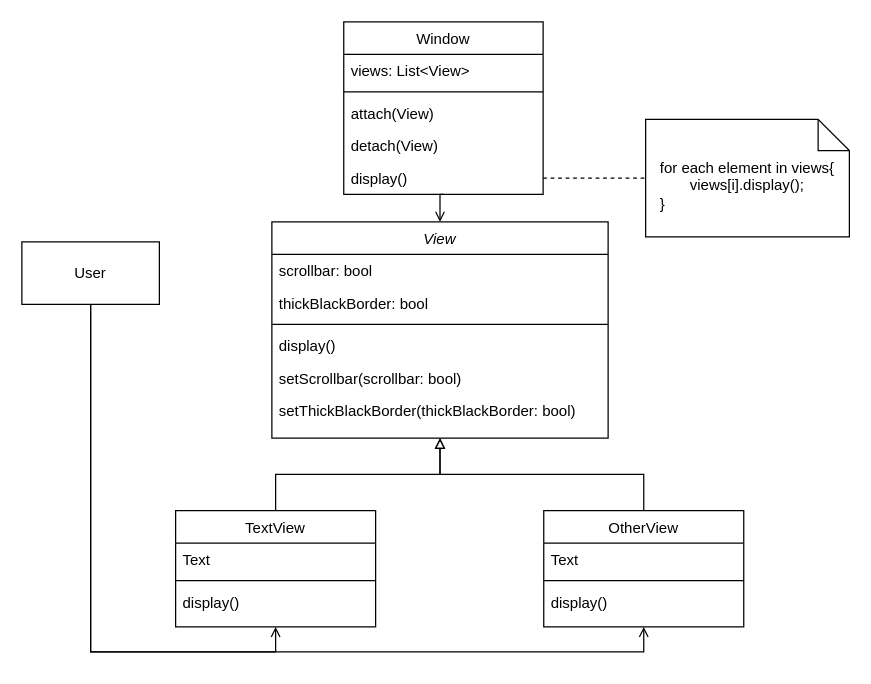
This is page "Page-1" (1 of 2) of 0506_HW1.drawio from Janette-Hua/111-1-Software-Engineering-Design, a draw.io file, before an edit. Source tidied: cells renumbered, new cells numbered last; positions are measured from the earlier drawing's top-left corner, leaving out a move shared by most shapes. Both pictures are drawn from the tidied source at 125%, with x=0, y=0 at pixel (21, 21).
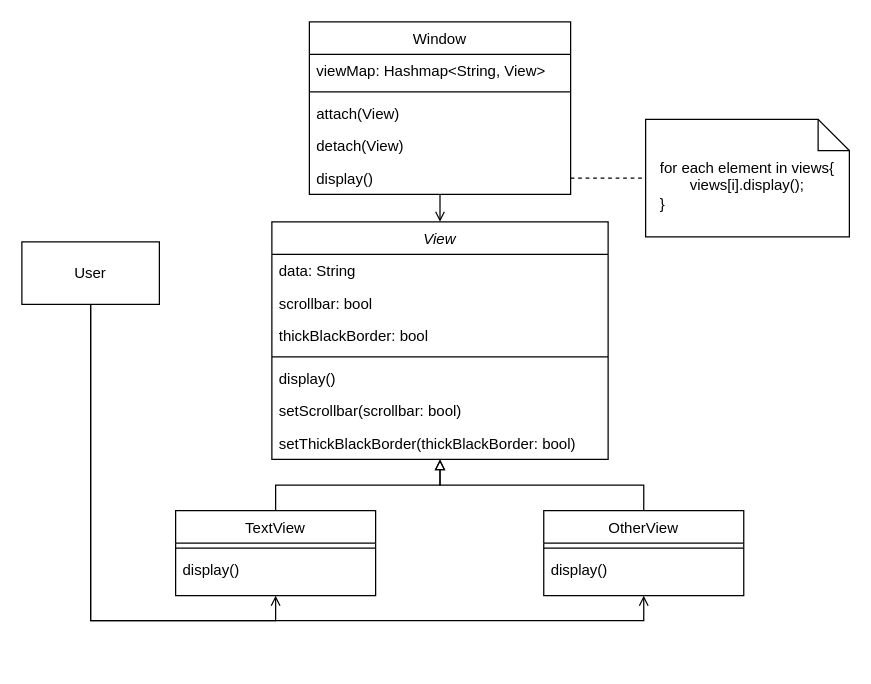
After the change.

Change to the diagram source:
```diff
@@
     <mxCell id="3" value="TextView" style="swimlane;fontStyle=0;align=center;verticalAlign=top;horizontal=1;startSize=26;rounded=0;shadow=0;strokeWidth=1;" parent="1" vertex="1">
-      <mxGeometry x="123" y="391" width="160" height="93" as="geometry" />
+      <mxGeometry x="123" y="391" width="160" height="68" as="geometry" />
     </mxCell>
-    <mxCell id="4" value="Text" style="text;align=left;verticalAlign=top;spacingLeft=4;spacingRight=4;overflow=hidden;" parent="3" vertex="1">
-      <mxGeometry y="26" width="160" height="26" as="geometry" />
-    </mxCell>
     <mxCell id="5" style="line;html=1;strokeWidth=1;align=left;verticalAlign=middle;spacingTop=-1;spacingLeft=3;spacingRight=3;labelPosition=right;" parent="3" vertex="1">
-      <mxGeometry y="52" width="160" height="8" as="geometry" />
+      <mxGeometry y="26" width="160" height="8" as="geometry" />
     </mxCell>
     <mxCell id="6" value="display()" style="text;align=left;verticalAlign=top;spacingLeft=4;spacingRight=4;overflow=hidden;" parent="3" vertex="1">
-      <mxGeometry y="60" width="160" height="26" as="geometry" />
+      <mxGeometry y="34" width="160" height="26" as="geometry" />
     </mxCell>
@@
     <mxCell id="8" value="Window" style="swimlane;fontStyle=0;align=center;verticalAlign=top;horizontal=1;startSize=26;rounded=0;shadow=0;strokeWidth=1;" parent="1" vertex="1">
-      <mxGeometry x="257.5" width="159.5" height="138" as="geometry" />
+      <mxGeometry x="230" width="209" height="138" as="geometry" />
     </mxCell>
-    <mxCell id="9" value="views: List&lt;View&gt;" style="text;align=left;verticalAlign=top;spacingLeft=4;spacingRight=4;overflow=hidden;" parent="8" vertex="1">
-      <mxGeometry y="26" width="159.5" height="26" as="geometry" />
+    <mxCell id="9" value="viewMap: Hashmap&lt;String, View&gt;" style="text;align=left;verticalAlign=top;spacingLeft=4;spacingRight=4;overflow=hidden;" parent="8" vertex="1">
+      <mxGeometry y="26" width="209" height="26" as="geometry" />
     </mxCell>
     <mxCell id="10" style="line;html=1;strokeWidth=1;align=left;verticalAlign=middle;spacingTop=-1;spacingLeft=3;spacingRight=3;labelPosition=right;" parent="8" vertex="1">
-      <mxGeometry y="52" width="159.5" height="8" as="geometry" />
+      <mxGeometry y="52" width="209" height="8" as="geometry" />
     </mxCell>
     <mxCell id="11" value="attach(View)" style="text;align=left;verticalAlign=top;spacingLeft=4;spacingRight=4;overflow=hidden;" parent="8" vertex="1">
-      <mxGeometry y="60" width="159.5" height="26" as="geometry" />
+      <mxGeometry y="60" width="209" height="26" as="geometry" />
     </mxCell>
     <mxCell id="12" value="detach(View)" style="text;align=left;verticalAlign=top;spacingLeft=4;spacingRight=4;overflow=hidden;" parent="8" vertex="1">
-      <mxGeometry y="86" width="159.5" height="26" as="geometry" />
+      <mxGeometry y="86" width="209" height="26" as="geometry" />
     </mxCell>
     <mxCell id="13" value="display()" style="text;align=left;verticalAlign=top;spacingLeft=4;spacingRight=4;overflow=hidden;points=[[0,0.5],[1,0.5]];portConstraint=eastwest;" parent="8" vertex="1">
-      <mxGeometry y="112" width="159.5" height="26" as="geometry" />
+      <mxGeometry y="112" width="209" height="26" as="geometry" />
     </mxCell>
@@
     <mxCell id="15" value="OtherView" style="swimlane;fontStyle=0;align=center;verticalAlign=top;horizontal=1;startSize=26;rounded=0;shadow=0;strokeWidth=1;" parent="1" vertex="1">
-      <mxGeometry x="417.5" y="391" width="160" height="93" as="geometry" />
+      <mxGeometry x="417.5" y="391" width="160" height="68" as="geometry" />
     </mxCell>
-    <mxCell id="16" value="Text" style="text;align=left;verticalAlign=top;spacingLeft=4;spacingRight=4;overflow=hidden;" parent="15" vertex="1">
-      <mxGeometry y="26" width="160" height="26" as="geometry" />
-    </mxCell>
     <mxCell id="17" style="line;html=1;strokeWidth=1;align=left;verticalAlign=middle;spacingTop=-1;spacingLeft=3;spacingRight=3;labelPosition=right;" parent="15" vertex="1">
-      <mxGeometry y="52" width="160" height="8" as="geometry" />
+      <mxGeometry y="26" width="160" height="8" as="geometry" />
     </mxCell>
     <mxCell id="18" value="display()" style="text;align=left;verticalAlign=top;spacingLeft=4;spacingRight=4;overflow=hidden;" parent="15" vertex="1">
-      <mxGeometry y="60" width="160" height="26" as="geometry" />
+      <mxGeometry y="34" width="160" height="26" as="geometry" />
     </mxCell>
     <mxCell id="19" value="View" style="swimlane;fontStyle=2;align=center;verticalAlign=top;horizontal=1;startSize=26;rounded=0;shadow=0;strokeWidth=1;" parent="1" vertex="1">
-      <mxGeometry x="200" y="160" width="269" height="173" as="geometry" />
+      <mxGeometry x="200" y="160" width="269" height="190" as="geometry" />
     </mxCell>
-    <mxCell id="20" value="scrollbar: bool" style="text;align=left;verticalAlign=top;spacingLeft=4;spacingRight=4;overflow=hidden;" parent="19" vertex="1">
+    <mxCell id="20" value="data: String" style="text;align=left;verticalAlign=top;spacingLeft=4;spacingRight=4;overflow=hidden;" parent="19" vertex="1">
       <mxGeometry y="26" width="269" height="26" as="geometry" />
     </mxCell>
-    <mxCell id="21" value="thickBlackBorder: bool" style="text;align=left;verticalAlign=top;spacingLeft=4;spacingRight=4;overflow=hidden;" parent="19" vertex="1">
+    <mxCell id="21" value="scrollbar: bool" style="text;align=left;verticalAlign=top;spacingLeft=4;spacingRight=4;overflow=hidden;" parent="19" vertex="1">
       <mxGeometry y="52" width="269" height="26" as="geometry" />
     </mxCell>
+    <mxCell id="31" value="thickBlackBorder: bool" style="text;align=left;verticalAlign=top;spacingLeft=4;spacingRight=4;overflow=hidden;" parent="19" vertex="1">
+      <mxGeometry y="78" width="269" height="26" as="geometry" />
+    </mxCell>
     <mxCell id="22" style="line;html=1;strokeWidth=1;align=left;verticalAlign=middle;spacingTop=-1;spacingLeft=3;spacingRight=3;labelPosition=right;" parent="19" vertex="1">
-      <mxGeometry y="78" width="269" height="8" as="geometry" />
+      <mxGeometry y="104" width="269" height="8" as="geometry" />
     </mxCell>
     <mxCell id="23" value="display()" style="text;align=left;verticalAlign=top;spacingLeft=4;spacingRight=4;overflow=hidden;" parent="19" vertex="1">
-      <mxGeometry y="86" width="269" height="26" as="geometry" />
+      <mxGeometry y="112" width="269" height="26" as="geometry" />
     </mxCell>
     <mxCell id="24" value="setScrollbar(scrollbar: bool)" style="text;align=left;verticalAlign=top;spacingLeft=4;spacingRight=4;overflow=hidden;" parent="19" vertex="1">
-      <mxGeometry y="112" width="269" height="26" as="geometry" />
+      <mxGeometry y="138" width="269" height="26" as="geometry" />
     </mxCell>
     <mxCell id="25" value="setThickBlackBorder(thickBlackBorder: bool)" style="text;align=left;verticalAlign=top;spacingLeft=4;spacingRight=4;overflow=hidden;" parent="19" vertex="1">
-      <mxGeometry y="138" width="269" height="26" as="geometry" />
+      <mxGeometry y="164" width="269" height="26" as="geometry" />
     </mxCell>
```
